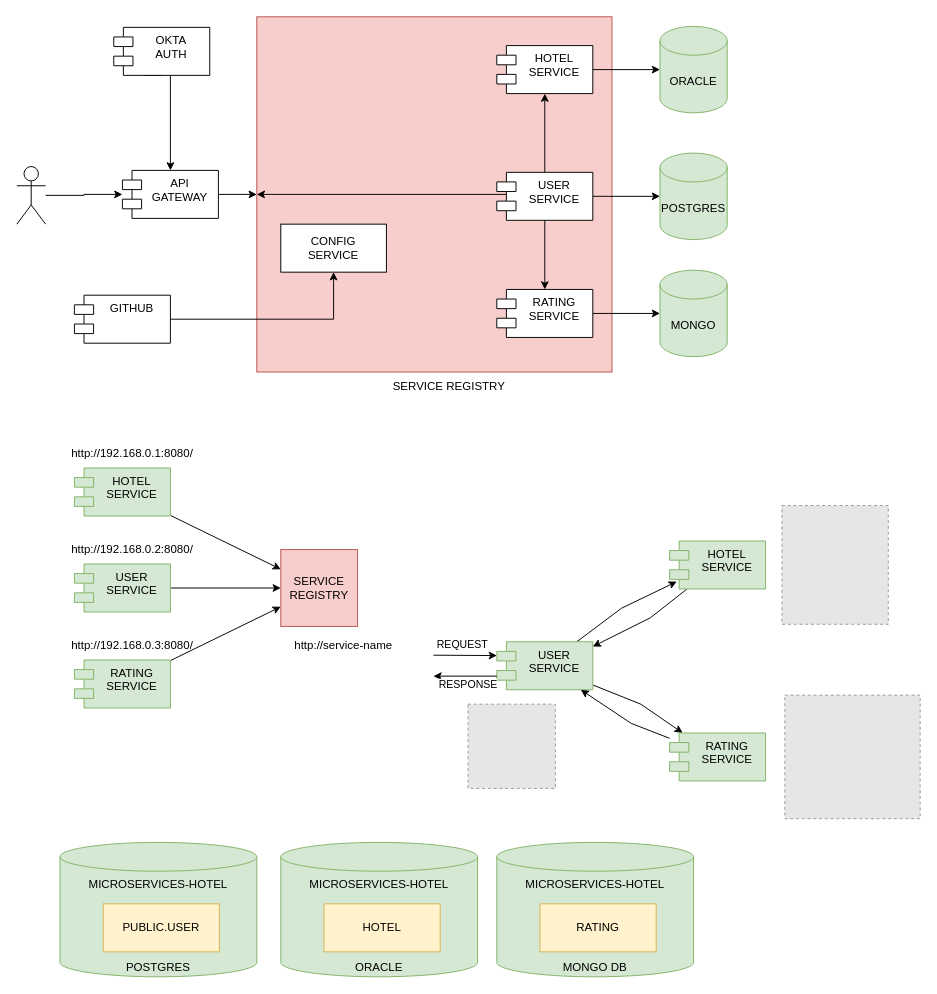
Before: [microservice-hotel]high-level.drawio in alejovic/microservices-hotel, a draw.io diagram. Source tidied: cells renumbered, new cells numbered last; positions are measured from the earlier drawing's top-left corner, leaving out a move shared by most shapes. Both pictures are drawn from the tidied source at 96%, with x=0, y=0 at pixel (16, 16). Pictures stored in the file or linked from it are replaced by grey dashed boxes.
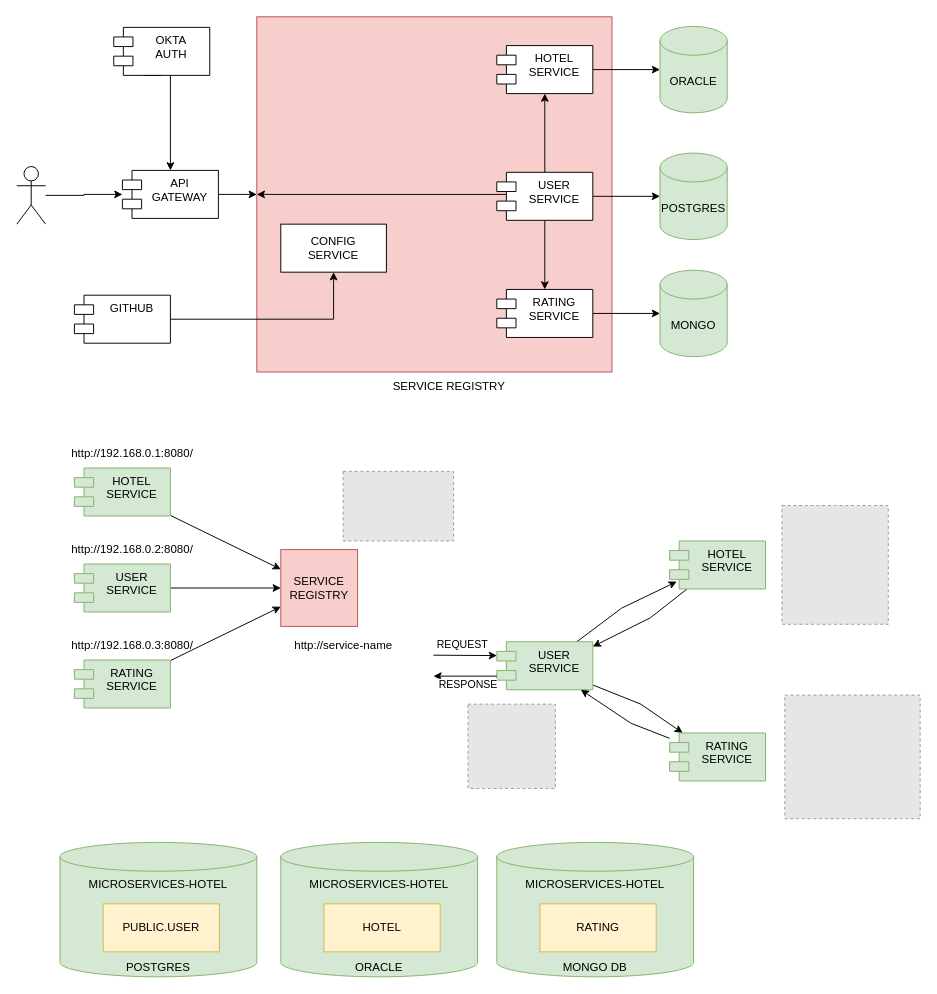
After the change.

Diff of the diagram source:
```diff
@@
+    <mxCell id="55" style="fillColor=#E6E6E6;strokeColor=#999999;dashed=1;verticalLabelPosition=bottom;labelBackgroundColor=default;verticalAlign=top;" parent="1" vertex="1">
+      <mxGeometry x="340" y="473.5" width="115" height="72.5" as="geometry" />
+    </mxCell>
```
